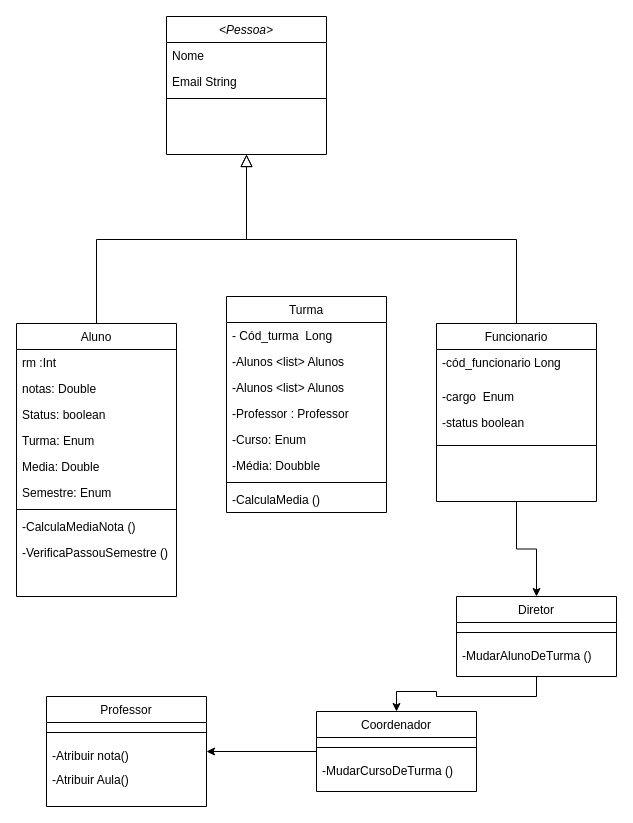
Above: SistemaDeGestaoEscolar.drawio in AlefGas/Sistema-Gest-o-Escolar (draw.io), before the change. Source tidied: cells renumbered, new cells numbered last; positions are measured from the earlier drawing's top-left corner, leaving out a move shared by most shapes. Both pictures are drawn from the tidied source at 100%, with x=0, y=0 at pixel (16, 16).
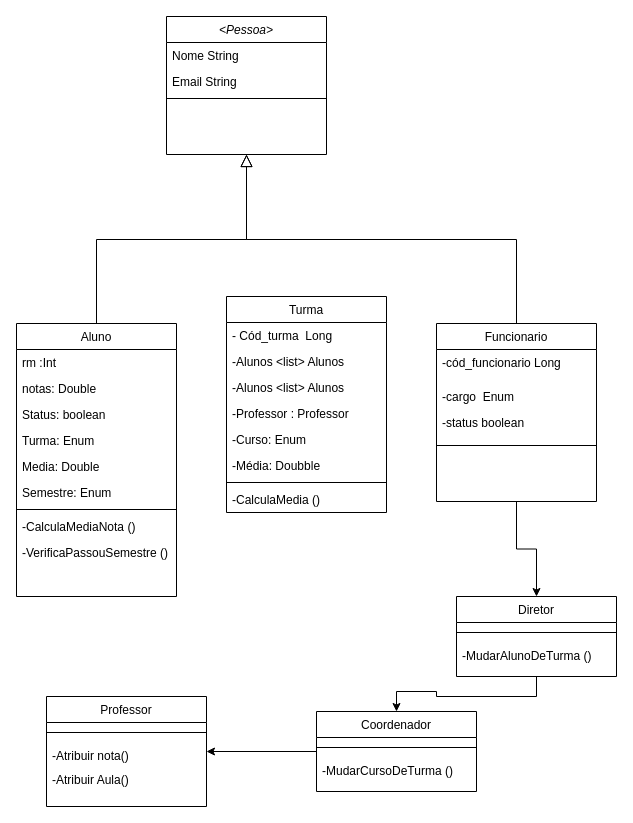
Above is the later version.

The change refers to these unchanged cells:
```xml
<mxCell id="2" value="&lt;Pessoa&gt;" style="swimlane;fontStyle=2;align=center;verticalAlign=top;horizontal=1;startSize=26;rounded=0;shadow=0;strokeWidth=1;" parent="1" vertex="1">
  <mxGeometry x="150" width="160" height="138" as="geometry" />
</mxCell>
```

What changed in the source:
```diff
@@
-    <mxCell id="3" value="Nome" style="text;align=left;verticalAlign=top;spacingLeft=4;spacingRight=4;overflow=hidden;" parent="2" vertex="1">
+    <mxCell id="3" value="Nome String" style="text;align=left;verticalAlign=top;spacingLeft=4;spacingRight=4;overflow=hidden;" parent="2" vertex="1">
       <mxGeometry y="26" width="160" height="26" as="geometry" />
     </mxCell>
```
